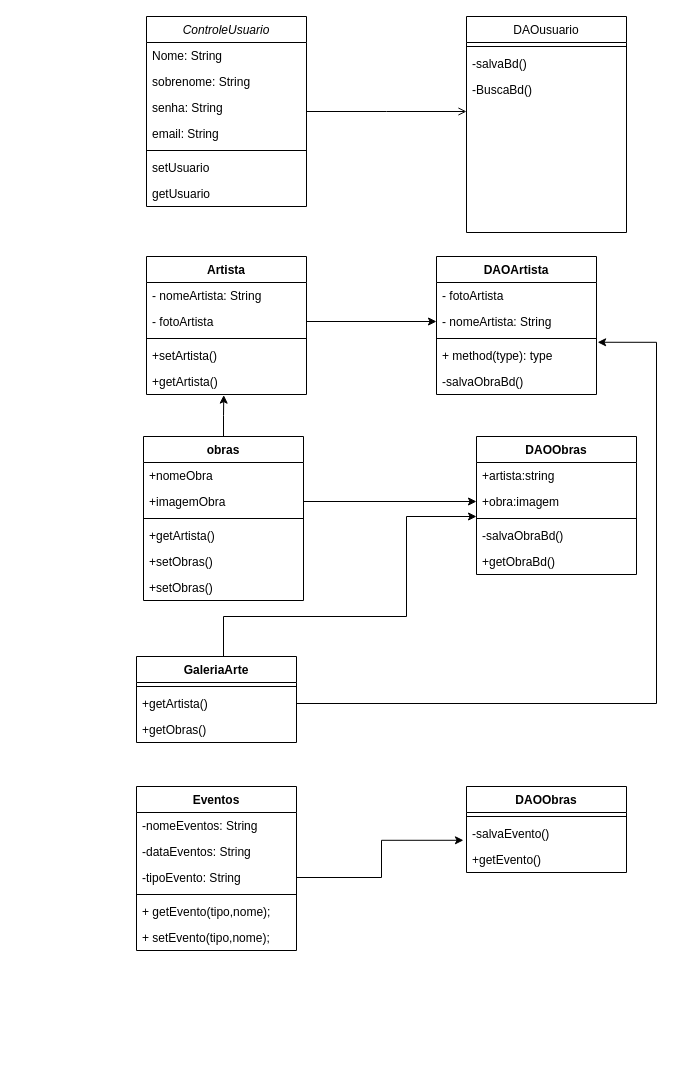
Above: Untitled_Diagram.drawio in EAbeier/diagramacasouso (draw.io), before the change. Source tidied: cells renumbered, new cells numbered last; positions are measured from the earlier drawing's top-left corner, leaving out a move shared by most shapes. Both pictures are drawn from the tidied source at 100%, with x=0, y=0 at pixel (136, 16).
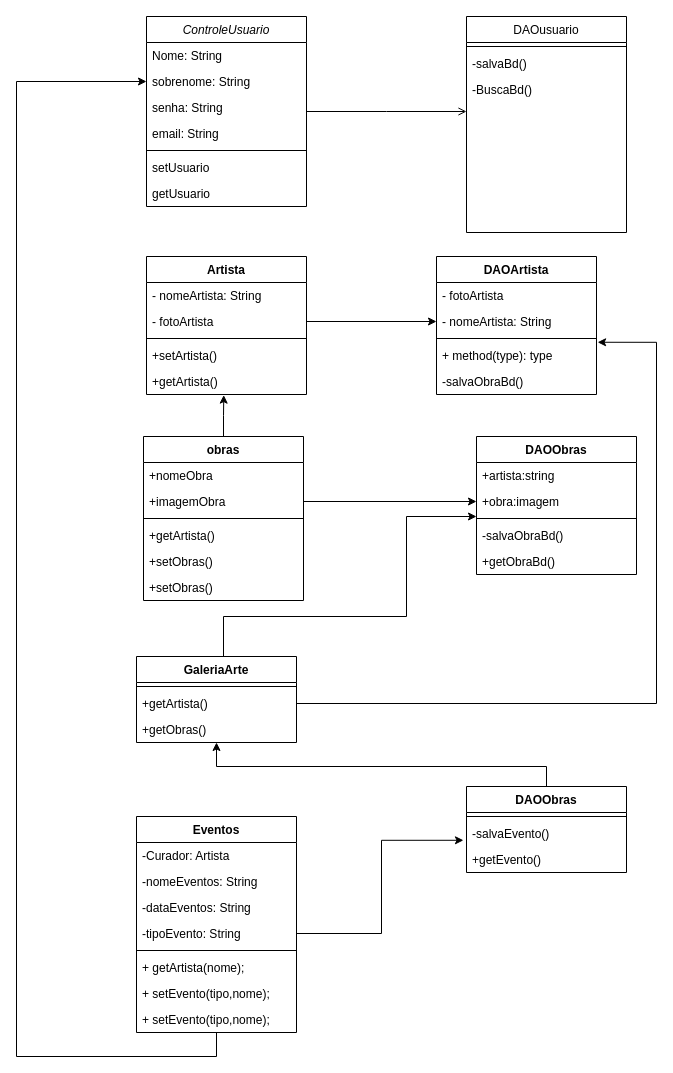
The same page after the edit.

The change refers to these unchanged cells:
```xml
<mxCell id="9" value="sobrenome: String" style="text;align=left;verticalAlign=top;spacingLeft=4;spacingRight=4;overflow=hidden;points=[[0,0.5],[1,0.5]];portConstraint=eastwest;rounded=0;shadow=0;html=0;" parent="7" vertex="1">
  <mxGeometry y="52" width="160" height="26" as="geometry" />
</mxCell>
<mxCell id="41" value="+getObras()" style="text;strokeColor=none;fillColor=none;align=left;verticalAlign=top;spacingLeft=4;spacingRight=4;overflow=hidden;points=[[0,0.5],[1,0.5]];portConstraint=eastwest;" parent="38" vertex="1">
  <mxGeometry y="60" width="160" height="26" as="geometry" />
</mxCell>
<mxCell id="55" value="DAOObras" style="swimlane;fontStyle=1;align=center;verticalAlign=top;horizontal=1;startSize=26;" parent="1" vertex="1">
  <mxGeometry x="330" y="770" width="160" height="86" as="geometry" />
</mxCell>
```

What changed in the source:
```diff
@@
     <mxCell id="48" value="Eventos" style="swimlane;fontStyle=1;align=center;verticalAlign=top;horizontal=1;startSize=26;" parent="1" vertex="1">
-      <mxGeometry y="770" width="160" height="164" as="geometry" />
+      <mxGeometry y="800" width="160" height="216" as="geometry" />
     </mxCell>
+    <mxCell id="61" value="-Curador: Artista" style="text;strokeColor=none;fillColor=none;align=left;verticalAlign=top;spacingLeft=4;spacingRight=4;overflow=hidden;" parent="48" vertex="1">
+      <mxGeometry y="26" width="160" height="26" as="geometry" />
+    </mxCell>
     <mxCell id="49" value="-nomeEventos: String" style="text;strokeColor=none;fillColor=none;align=left;verticalAlign=top;spacingLeft=4;spacingRight=4;overflow=hidden;" parent="48" vertex="1">
-      <mxGeometry y="26" width="160" height="26" as="geometry" />
+      <mxGeometry y="52" width="160" height="26" as="geometry" />
     </mxCell>
     <mxCell id="50" value="-dataEventos: String" style="text;strokeColor=none;fillColor=none;align=left;verticalAlign=top;spacingLeft=4;spacingRight=4;overflow=hidden;" parent="48" vertex="1">
-      <mxGeometry y="52" width="160" height="26" as="geometry" />
+      <mxGeometry y="78" width="160" height="26" as="geometry" />
     </mxCell>
     <mxCell id="51" value="-tipoEvento: String" style="text;strokeColor=none;fillColor=none;align=left;verticalAlign=top;spacingLeft=4;spacingRight=4;overflow=hidden;points=[[0,0.5],[1,0.5]];portConstraint=eastwest;" parent="48" vertex="1">
-      <mxGeometry y="78" width="160" height="26" as="geometry" />
+      <mxGeometry y="104" width="160" height="26" as="geometry" />
     </mxCell>
     <mxCell id="52" style="line;strokeWidth=1;fillColor=none;align=left;verticalAlign=middle;spacingTop=-1;spacingLeft=3;spacingRight=3;labelPosition=right;" parent="48" vertex="1">
-      <mxGeometry y="104" width="160" height="8" as="geometry" />
+      <mxGeometry y="130" width="160" height="8" as="geometry" />
     </mxCell>
-    <mxCell id="53" value="+ getEvento(tipo,nome);" style="text;strokeColor=none;fillColor=none;align=left;verticalAlign=top;spacingLeft=4;spacingRight=4;overflow=hidden;" parent="48" vertex="1">
-      <mxGeometry y="112" width="160" height="26" as="geometry" />
+    <mxCell id="53" value="+ getArtista(nome);" style="text;strokeColor=none;fillColor=none;align=left;verticalAlign=top;spacingLeft=4;spacingRight=4;overflow=hidden;" parent="48" vertex="1">
+      <mxGeometry y="138" width="160" height="26" as="geometry" />
     </mxCell>
+    <mxCell id="62" value="+ setEvento(tipo,nome);" style="text;strokeColor=none;fillColor=none;align=left;verticalAlign=top;spacingLeft=4;spacingRight=4;overflow=hidden;" parent="48" vertex="1">
+      <mxGeometry y="164" width="160" height="26" as="geometry" />
+    </mxCell>
     <mxCell id="54" value="+ setEvento(tipo,nome);" style="text;strokeColor=none;fillColor=none;align=left;verticalAlign=top;spacingLeft=4;spacingRight=4;overflow=hidden;points=[[0,0.5],[1,0.5]];portConstraint=eastwest;" parent="48" vertex="1">
-      <mxGeometry y="138" width="160" height="26" as="geometry" />
+      <mxGeometry y="190" width="160" height="26" as="geometry" />
     </mxCell>
+    <mxCell id="63" style="edgeStyle=orthogonalEdgeStyle;rounded=0;jettySize=auto;html=1;" parent="1" edge="1" source="55" target="41">
+      <mxGeometry relative="1" as="geometry">
+        <Array as="points">
+          <mxPoint x="410" y="750" />
+          <mxPoint x="80" y="750" />
+        </Array>
+      </mxGeometry>
+    </mxCell>
@@
+    <mxCell id="64" style="edgeStyle=orthogonalEdgeStyle;rounded=0;jettySize=auto;html=1;entryX=0;entryY=0.5;entryDx=0;entryDy=0;" parent="1" edge="1" source="54" target="9">
+      <mxGeometry relative="1" as="geometry">
+        <Array as="points">
+          <mxPoint x="80" y="1040" />
+          <mxPoint x="-120" y="1040" />
+          <mxPoint x="-120" y="65" />
+        </Array>
+      </mxGeometry>
+    </mxCell>
```
